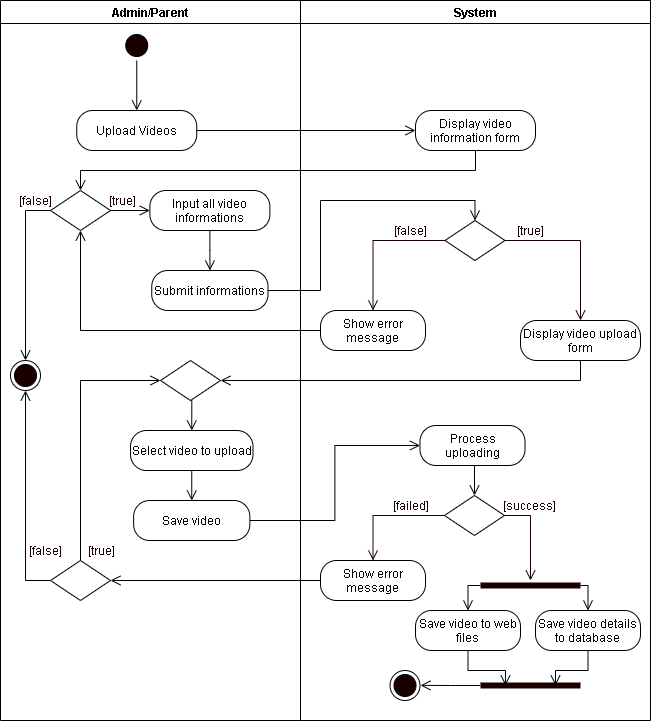
mrklglsn/CAPSTONE-FILES keeps this draw.io diagram as REVISIONS/UML-DIAGRAMS/6-9-2021/ACTIVITY DIAGRAM/8-Upload Video.png. Above is the earlier version. Source tidied: cells renumbered, new cells last; positions are measured from the earlier drawing's top-left corner, leaving out a move shared by most shapes.
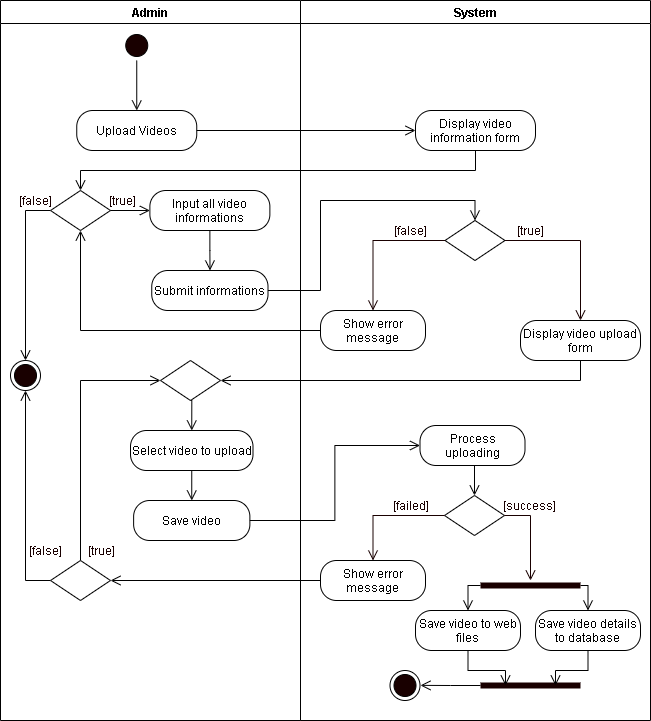
After the change.

Diff of the diagram source:
```diff
@@ -2,7 +2,7 @@
   <root>
     <mxCell id="0" />
     <mxCell id="1" parent="0" />
-    <mxCell id="2" value="Admin/Parent" style="swimlane;startSize=23;" parent="1" vertex="1">
+    <mxCell id="2" value="Admin" style="swimlane;startSize=23;" parent="1" vertex="1">
       <mxGeometry width="300" height="720" as="geometry" />
     </mxCell>
     <mxCell id="3" style="edgeStyle=orthogonalEdgeStyle;rounded=0;jettySize=auto;html=1;exitX=0.5;exitY=1;exitDx=0;exitDy=0;entryX=0.5;entryY=0;entryDx=0;entryDy=0;endArrow=open;endFill=0;endSize=8;" parent="2" edge="1" source="4">
```
